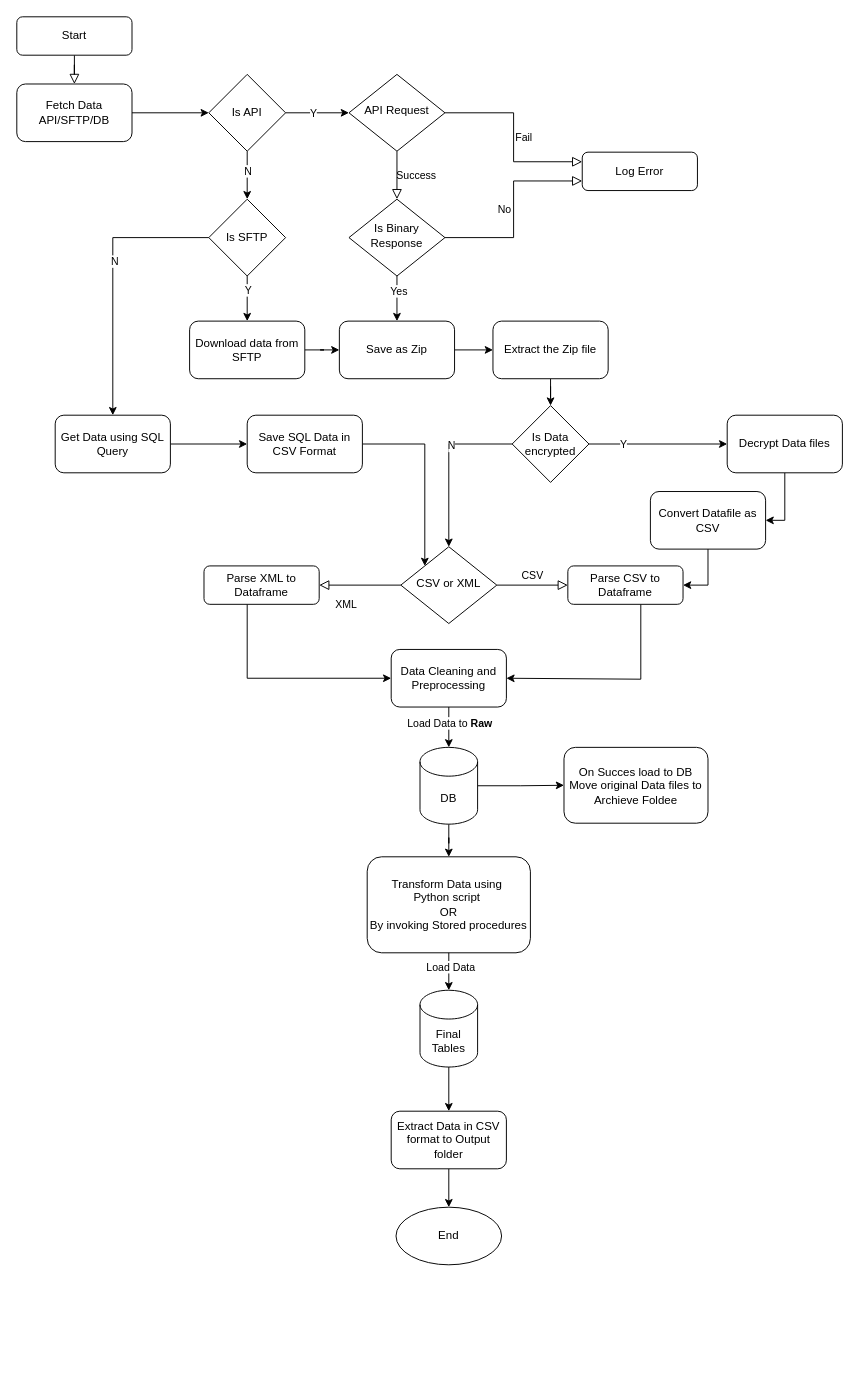
gurudevkumar51/My-files keeps this draw.io diagram as Market_Vendor_Py.drawio. Above is the earlier version. Source tidied: cells renumbered, new cells numbered last; positions are measured from the earlier drawing's top-left corner, leaving out a move shared by most shapes. Both pictures are drawn from the tidied source at 96%, with x=0, y=0 at pixel (16, 16).
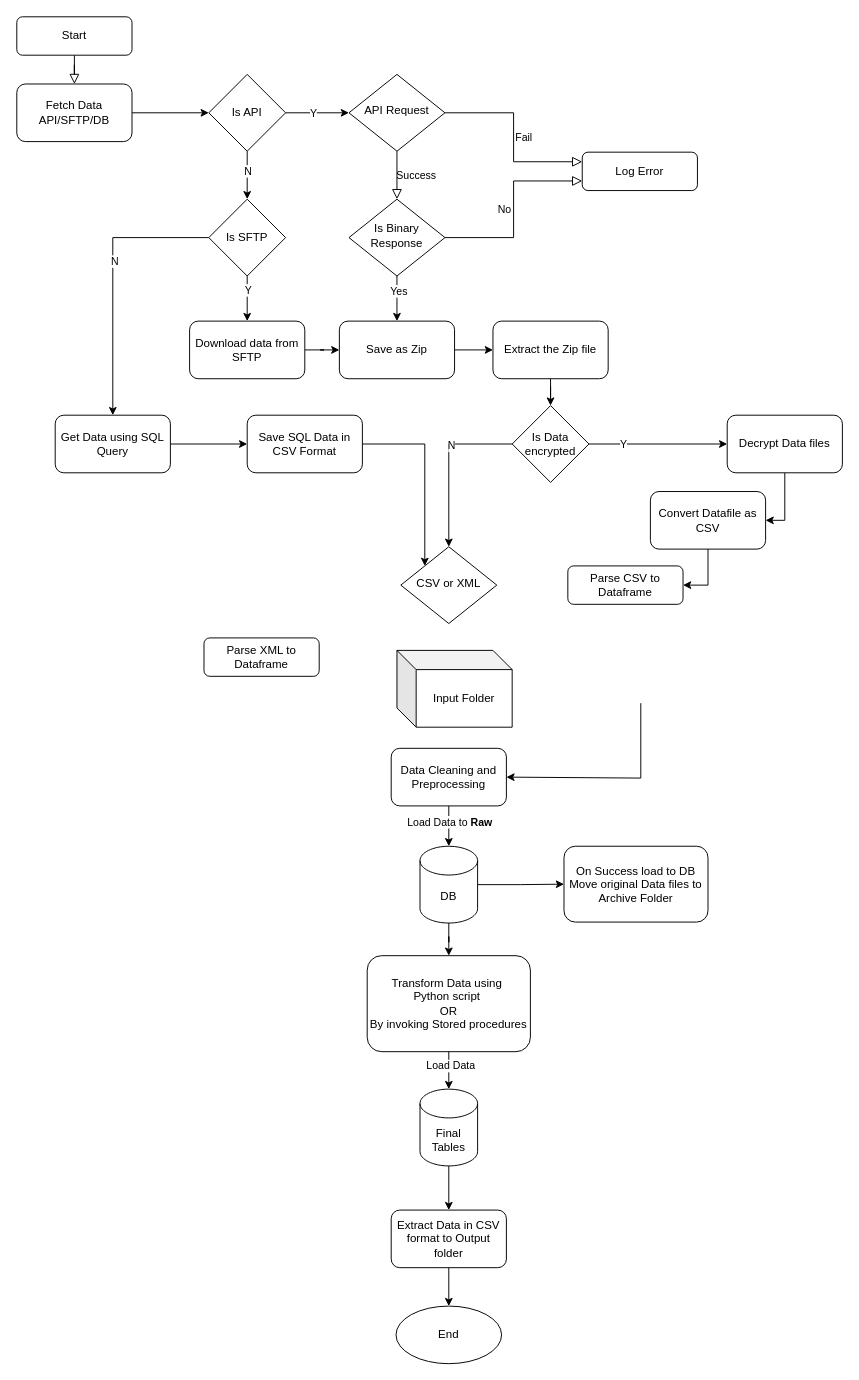
The same page after the edit.

The change refers to these unchanged cells:
```xml
<mxCell id="10" value="CSV or XML" style="rhombus;whiteSpace=wrap;html=1;shadow=0;fontFamily=Helvetica;fontSize=12;align=center;strokeWidth=1;spacing=6;spacingTop=-4;" parent="1" vertex="1">
  <mxGeometry x="400" y="552" width="100" height="80" as="geometry" />
</mxCell>
<mxCell id="14" value="Parse CSV to Dataframe" style="rounded=1;whiteSpace=wrap;html=1;fontSize=12;glass=0;strokeWidth=1;shadow=0;" parent="1" vertex="1">
  <mxGeometry x="574" y="572" width="120" height="40" as="geometry" />
</mxCell>
```

What changed in the source:
```diff
@@
-    <mxCell id="8" value="XML" style="rounded=0;html=1;jettySize=auto;fontSize=11;endArrow=block;endFill=0;endSize=8;strokeWidth=1;shadow=0;labelBackgroundColor=none;edgeStyle=orthogonalEdgeStyle;" parent="1" edge="1" source="10" target="12">
-      <mxGeometry x="0.33" y="20" relative="1" as="geometry" />
-    </mxCell>
-    <mxCell id="9" value="CSV" style="edgeStyle=orthogonalEdgeStyle;rounded=0;html=1;jettySize=auto;fontSize=11;endArrow=block;endFill=0;endSize=8;strokeWidth=1;shadow=0;labelBackgroundColor=none;" parent="1" edge="1" source="10" target="14">
-      <mxGeometry y="10" relative="1" as="geometry" />
-    </mxCell>
@@
-    <mxCell id="11" style="edgeStyle=orthogonalEdgeStyle;rounded=0;jettySize=auto;html=1;entryX=0;entryY=0.5;entryDx=0;entryDy=0;" parent="1" edge="1" source="12" target="23">
-      <mxGeometry relative="1" as="geometry">
-        <Array as="points">
-          <mxPoint x="240" y="689" />
-        </Array>
-      </mxGeometry>
-    </mxCell>
     <mxCell id="12" value="Parse XML to Dataframe" style="rounded=1;whiteSpace=wrap;html=1;fontSize=12;glass=0;strokeWidth=1;shadow=0;" parent="1" vertex="1">
-      <mxGeometry x="195" y="572" width="120" height="40" as="geometry" />
+      <mxGeometry x="195" y="647" width="120" height="40" as="geometry" />
     </mxCell>
-    <mxCell id="13" style="edgeStyle=orthogonalEdgeStyle;rounded=0;jettySize=auto;html=1;entryX=1;entryY=0.5;entryDx=0;entryDy=0;" parent="1" edge="1" source="14" target="23">
+    <mxCell id="13" style="edgeStyle=orthogonalEdgeStyle;rounded=0;jettySize=auto;html=1;entryX=1;entryY=0.5;entryDx=0;entryDy=0;" parent="1" edge="1" target="23">
       <mxGeometry relative="1" as="geometry">
+        <mxPoint x="650" y="715" as="sourcePoint" />
         <Array as="points">
-          <mxPoint x="650" y="690" />
+          <mxPoint x="650" y="793" />
         </Array>
       </mxGeometry>
     </mxCell>
@@
     <mxCell id="23" value="Data Cleaning and Preprocessing" style="rounded=1;whiteSpace=wrap;html=1;" parent="1" vertex="1">
-      <mxGeometry x="390" y="659" width="120" height="60" as="geometry" />
+      <mxGeometry x="390" y="762" width="120" height="60" as="geometry" />
     </mxCell>
@@
     <mxCell id="26" value="DB" style="shape=cylinder3;whiteSpace=wrap;html=1;boundedLbl=1;backgroundOutline=1;size=15;" parent="1" vertex="1">
-      <mxGeometry x="420" y="761" width="60" height="80" as="geometry" />
+      <mxGeometry x="420" y="864" width="60" height="80" as="geometry" />
     </mxCell>
@@
     <mxCell id="47" value="Transform Data using&amp;nbsp;&lt;div&gt;Python script&amp;nbsp;&lt;/div&gt;&lt;div&gt;OR&lt;br&gt;By invoking Stored procedures&lt;/div&gt;" style="rounded=1;whiteSpace=wrap;html=1;" parent="1" vertex="1">
-      <mxGeometry x="365" y="875" width="170" height="100" as="geometry" />
+      <mxGeometry x="365" y="978" width="170" height="100" as="geometry" />
     </mxCell>
@@
     <mxCell id="49" value="Final Tables" style="shape=cylinder3;whiteSpace=wrap;html=1;boundedLbl=1;backgroundOutline=1;size=15;" parent="1" vertex="1">
-      <mxGeometry x="420" y="1014" width="60" height="80" as="geometry" />
+      <mxGeometry x="420" y="1117" width="60" height="80" as="geometry" />
     </mxCell>
@@
     <mxCell id="52" value="End" style="ellipse;whiteSpace=wrap;html=1;" parent="1" vertex="1">
-      <mxGeometry x="395" y="1240" width="110" height="60" as="geometry" />
+      <mxGeometry x="395" y="1343" width="110" height="60" as="geometry" />
     </mxCell>
@@
     <mxCell id="63" value="Extract Data in CSV format to Output folder" style="rounded=1;whiteSpace=wrap;html=1;" parent="1" vertex="1">
-      <mxGeometry x="390" y="1140" width="120" height="60" as="geometry" />
+      <mxGeometry x="390" y="1243" width="120" height="60" as="geometry" />
     </mxCell>
-    <mxCell id="64" value="On Succes load to DB&lt;br&gt;Move original Data files to Archieve Foldee" style="rounded=1;whiteSpace=wrap;html=1;" parent="1" vertex="1">
-      <mxGeometry x="570" y="761" width="150" height="79" as="geometry" />
+    <mxCell id="64" value="On Success load to DB&lt;br&gt;Move original Data files to Archive Folder" style="rounded=1;whiteSpace=wrap;html=1;" parent="1" vertex="1">
+      <mxGeometry x="570" y="864" width="150" height="79" as="geometry" />
     </mxCell>
+    <mxCell id="65" value="Input Folder" style="shape=cube;whiteSpace=wrap;html=1;boundedLbl=1;backgroundOutline=1;darkOpacity=0.05;darkOpacity2=0.1;" parent="1" vertex="1">
+      <mxGeometry x="396" y="660" width="120" height="80" as="geometry" />
+    </mxCell>
```
